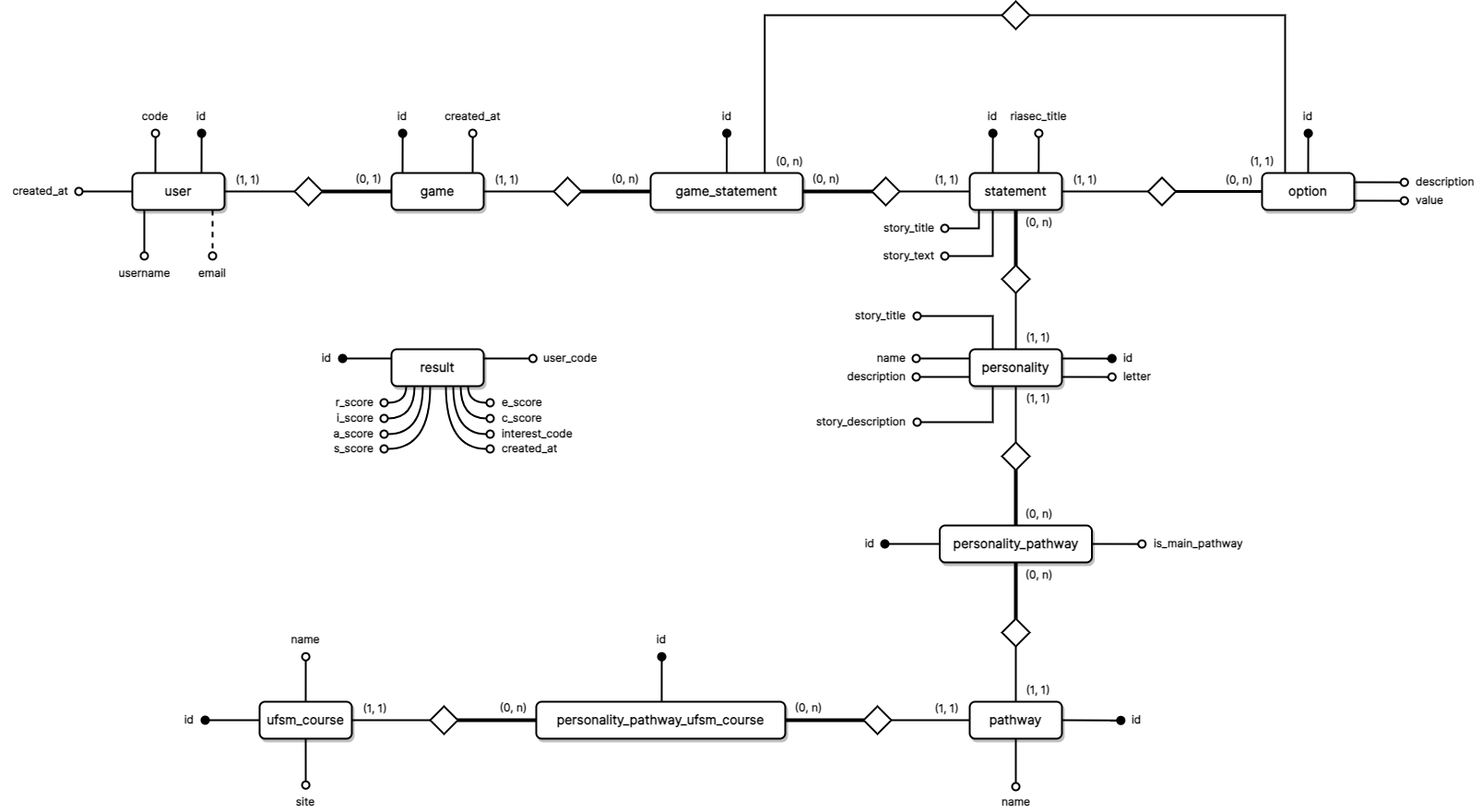
elc1074-universe/universe keeps this draw.io diagram as database/design/diagrama-er-peter-chen.png. Above is the earlier version. Source tidied: cells renumbered, new cells last; positions are measured from the earlier drawing's top-left corner, leaving out a move shared by most shapes.
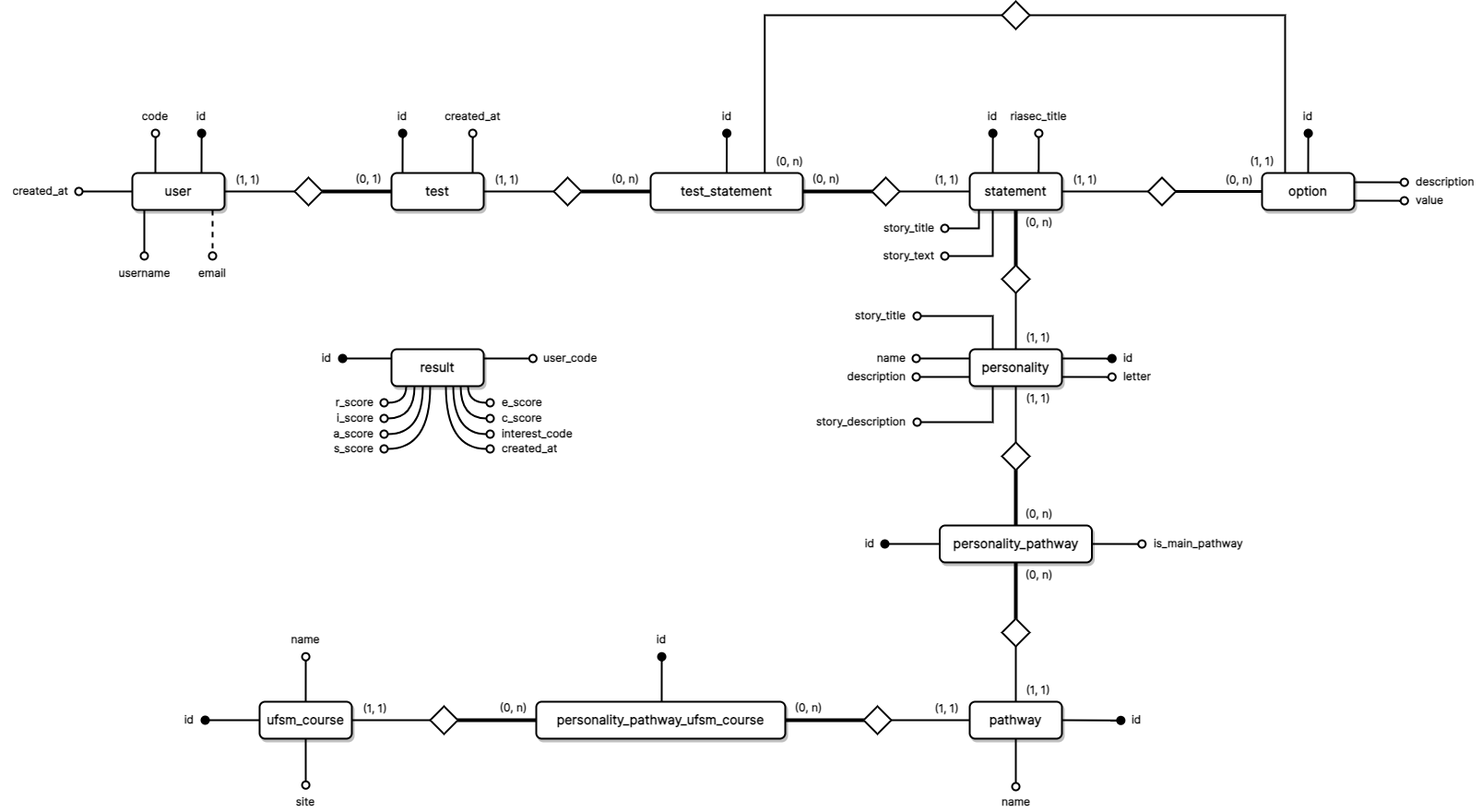
The same file after the commit.

What changed in the source:
```diff
@@ -19,7 +19,7 @@
     <mxCell id="5" style="edgeStyle=none;curved=1;rounded=0;jettySize=auto;html=1;exitX=1;exitY=0.5;exitDx=0;exitDy=0;entryX=0;entryY=0.5;entryDx=0;entryDy=0;fontSize=12;startSize=8;endSize=8;endArrow=none;endFill=0;strokeWidth=2;fontFamily=Inter;fontSource=https%3A%2F%2Ffonts.googleapis.com%2Fcss%3Ffamily%3DInter;fontStyle=1;" parent="1" edge="1" source="6" target="38">
       <mxGeometry relative="1" as="geometry" />
     </mxCell>
-    <mxCell id="6" value="game" style="whiteSpace=wrap;html=1;align=center;fontSize=14;strokeWidth=2;fontFamily=Inter;fontSource=https%3A%2F%2Ffonts.googleapis.com%2Fcss%3Ffamily%3DInter;fontStyle=1;shadow=1;rounded=1;" parent="1" vertex="1">
+    <mxCell id="6" value="test" style="whiteSpace=wrap;html=1;align=center;fontSize=14;strokeWidth=2;fontFamily=Inter;fontSource=https%3A%2F%2Ffonts.googleapis.com%2Fcss%3Ffamily%3DInter;fontStyle=1;shadow=1;rounded=1;" parent="1" vertex="1">
       <mxGeometry x="424" y="186" width="100" height="40" as="geometry" />
     </mxCell>
     <mxCell id="7" style="edgeStyle=none;curved=1;rounded=0;jettySize=auto;html=1;exitX=1;exitY=0.5;exitDx=0;exitDy=0;entryX=0;entryY=0.5;entryDx=0;entryDy=0;fontSize=12;startSize=8;endSize=8;endArrow=none;endFill=0;strokeWidth=4;fontFamily=Inter;fontSource=https%3A%2F%2Ffonts.googleapis.com%2Fcss%3Ffamily%3DInter;fontStyle=1;" parent="1" edge="1" source="9" target="40">
@@ -28,7 +28,7 @@
     <mxCell id="8" style="edgeStyle=orthogonalEdgeStyle;rounded=0;jettySize=auto;html=1;exitX=0.75;exitY=0;exitDx=0;exitDy=0;entryX=0;entryY=0.5;entryDx=0;entryDy=0;fontSize=12;startSize=8;endSize=8;endArrow=none;endFill=0;strokeWidth=2;" parent="1" edge="1" source="9" target="126">
       <mxGeometry relative="1" as="geometry" />
     </mxCell>
-    <mxCell id="9" value="game_statement" style="whiteSpace=wrap;html=1;align=center;fontSize=14;strokeWidth=2;fontFamily=Inter;fontSource=https%3A%2F%2Ffonts.googleapis.com%2Fcss%3Ffamily%3DInter;fontStyle=1;shadow=1;rounded=1;" parent="1" vertex="1">
+    <mxCell id="9" value="test_statement" style="whiteSpace=wrap;html=1;align=center;fontSize=14;strokeWidth=2;fontFamily=Inter;fontSource=https%3A%2F%2Ffonts.googleapis.com%2Fcss%3Ffamily%3DInter;fontStyle=1;shadow=1;rounded=1;" parent="1" vertex="1">
       <mxGeometry x="705" y="186" width="165" height="40" as="geometry" />
     </mxCell>
     <mxCell id="10" style="edgeStyle=none;curved=1;rounded=0;jettySize=auto;html=1;exitX=0;exitY=0.5;exitDx=0;exitDy=0;entryX=1;entryY=0.5;entryDx=0;entryDy=0;fontSize=12;startSize=8;endSize=8;endArrow=none;endFill=0;strokeWidth=2;fontFamily=Inter;fontSource=https%3A%2F%2Ffonts.googleapis.com%2Fcss%3Ffamily%3DInter;fontStyle=1;" parent="1" edge="1" source="12" target="4">
```
